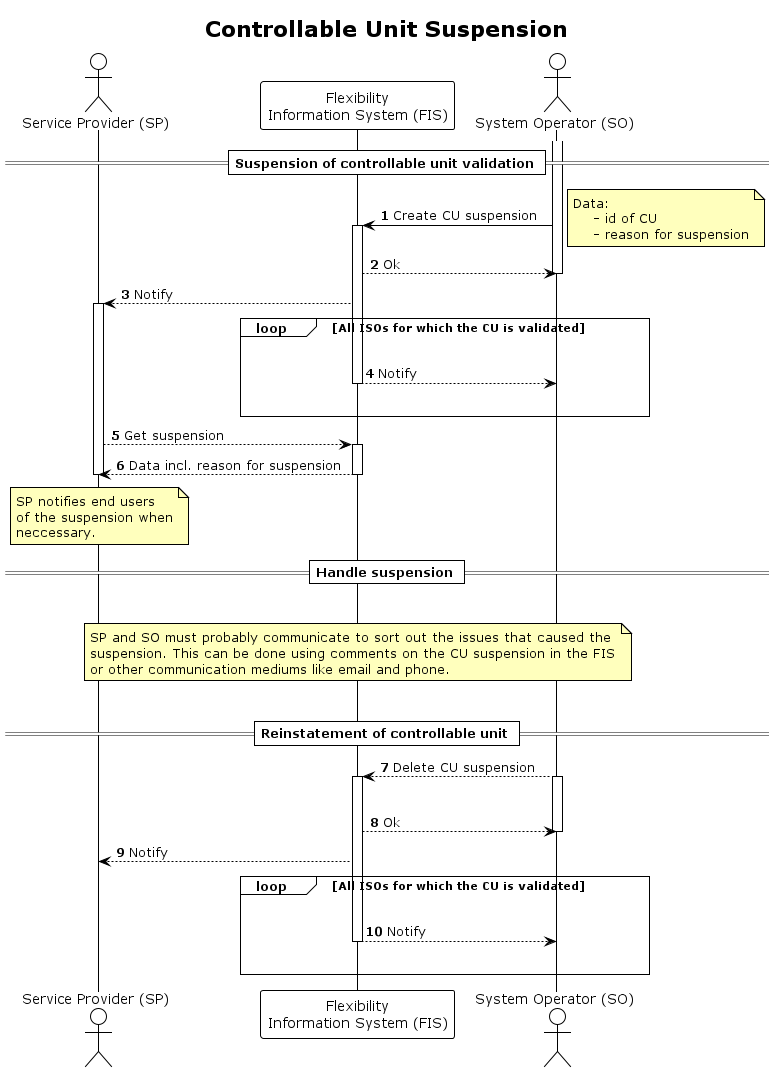
Above: docs/diagrams/controllable_unit_suspension.png in elhub/flex-information-system (PlantUML), before the change.
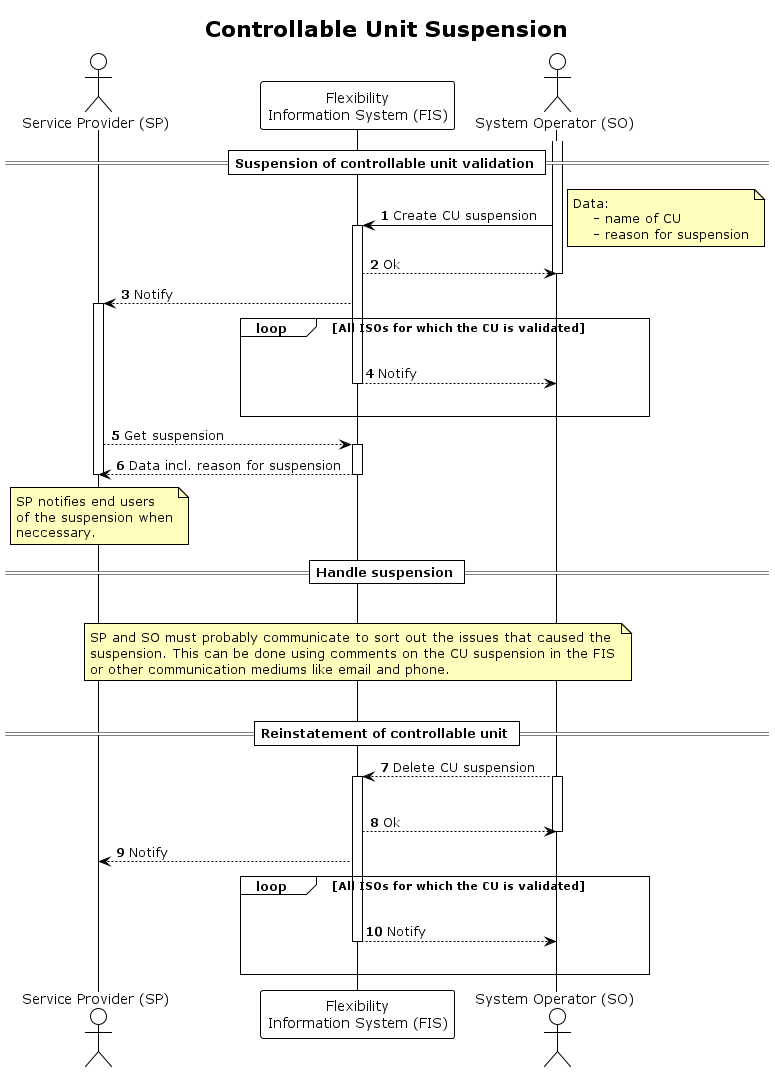
The same diagram one commit later.

Change to the diagram source:
```diff
@@ -20,7 +20,7 @@
 
 note right
     Data:
-        - id of CU
+        - name of CU
         - reason for suspension
 end note
 
```
